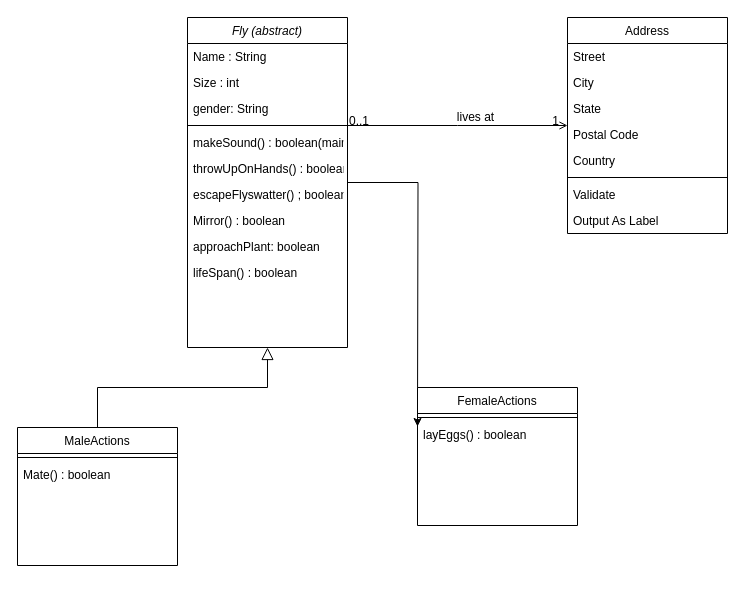
Before: those gorls.drawio in CS112-2564-Fall2024/ud1-those-gorls, a draw.io diagram. Source tidied: cells renumbered, new cells numbered last; positions are measured from the earlier drawing's top-left corner, leaving out a move shared by most shapes. Both pictures are drawn from the tidied source at 100%, with x=0, y=0 at pixel (17, 17).
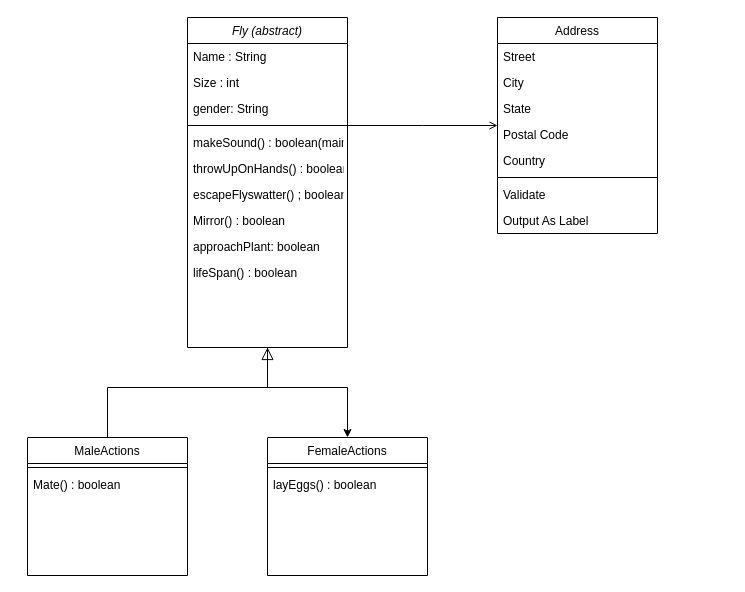
After the change.

The change refers to these unchanged cells:
```xml
<mxCell id="3" value="Fly (abstract)" style="swimlane;fontStyle=2;align=center;verticalAlign=top;horizontal=1;startSize=26;rounded=0;shadow=0;strokeWidth=1;" parent="1" vertex="1">
  <mxGeometry x="170" width="160" height="330" as="geometry" />
</mxCell>
<mxCell id="27" style="endArrow=open;shadow=0;strokeWidth=1;rounded=0;curved=0;endFill=1;edgeStyle=elbowEdgeStyle;elbow=vertical;" parent="1" edge="1" source="3" target="18">
  <mxGeometry x="0.5" y="41" relative="1" as="geometry">
    <mxPoint x="-40" y="32" as="offset" />
  </mxGeometry>
</mxCell>
```

Change to the diagram source:
```diff
@@
-    <mxCell id="2" style="edgeStyle=orthogonalEdgeStyle;rounded=0;jettySize=auto;html=1;" parent="1" edge="1" source="3">
+    <mxCell id="2" style="edgeStyle=orthogonalEdgeStyle;rounded=0;jettySize=auto;html=1;exitX=0.5;exitY=1;exitDx=0;exitDy=0;entryX=0.5;entryY=0;entryDx=0;entryDy=0;" parent="1" edge="1" source="3" target="31">
       <mxGeometry relative="1" as="geometry">
-        <mxPoint x="400" y="409" as="targetPoint" />
+        <Array as="points">
+          <mxPoint x="250" y="370" />
+          <mxPoint x="330" y="370" />
+        </Array>
       </mxGeometry>
     </mxCell>
@@
     <mxCell id="14" value="MaleActions" style="swimlane;fontStyle=0;align=center;verticalAlign=top;horizontal=1;startSize=26;rounded=0;shadow=0;strokeWidth=1;" parent="1" vertex="1">
-      <mxGeometry y="410" width="160" height="138" as="geometry" />
+      <mxGeometry x="10" y="420" width="160" height="138" as="geometry" />
     </mxCell>
@@
     <mxCell id="18" value="Address" style="swimlane;fontStyle=0;align=center;verticalAlign=top;horizontal=1;startSize=26;rounded=0;shadow=0;strokeWidth=1;" parent="1" vertex="1">
-      <mxGeometry x="550" width="160" height="216" as="geometry" />
+      <mxGeometry x="480" width="160" height="216" as="geometry" />
     </mxCell>
@@
-    <mxCell id="28" value="0..1" style="align=left;verticalAlign=bottom;labelBackgroundColor=none;fontSize=12;" parent="27" vertex="1">
-      <mxGeometry x="-1" relative="1" as="geometry">
-        <mxPoint y="4" as="offset" />
-      </mxGeometry>
-    </mxCell>
-    <mxCell id="29" value="1" style="align=right;verticalAlign=bottom;labelBackgroundColor=none;fontSize=12;" parent="27" vertex="1">
-      <mxGeometry x="1" relative="1" as="geometry">
-        <mxPoint x="-7" y="4" as="offset" />
-      </mxGeometry>
-    </mxCell>
-    <mxCell id="30" value="lives at" style="text;html=1;align=center;verticalAlign=middle;labelBackgroundColor=none;rounded=0;shadow=0;strokeWidth=1;fontSize=12;" parent="27" vertex="1">
-      <mxGeometry x="0.5" y="49" relative="1" as="geometry">
-        <mxPoint x="-38" y="40" as="offset" />
-      </mxGeometry>
-    </mxCell>
     <mxCell id="31" value="FemaleActions" style="swimlane;fontStyle=0;align=center;verticalAlign=top;horizontal=1;startSize=26;rounded=0;shadow=0;strokeWidth=1;" parent="1" vertex="1">
-      <mxGeometry x="400" y="370" width="160" height="138" as="geometry" />
+      <mxGeometry x="250" y="420" width="160" height="138" as="geometry" />
     </mxCell>
```
